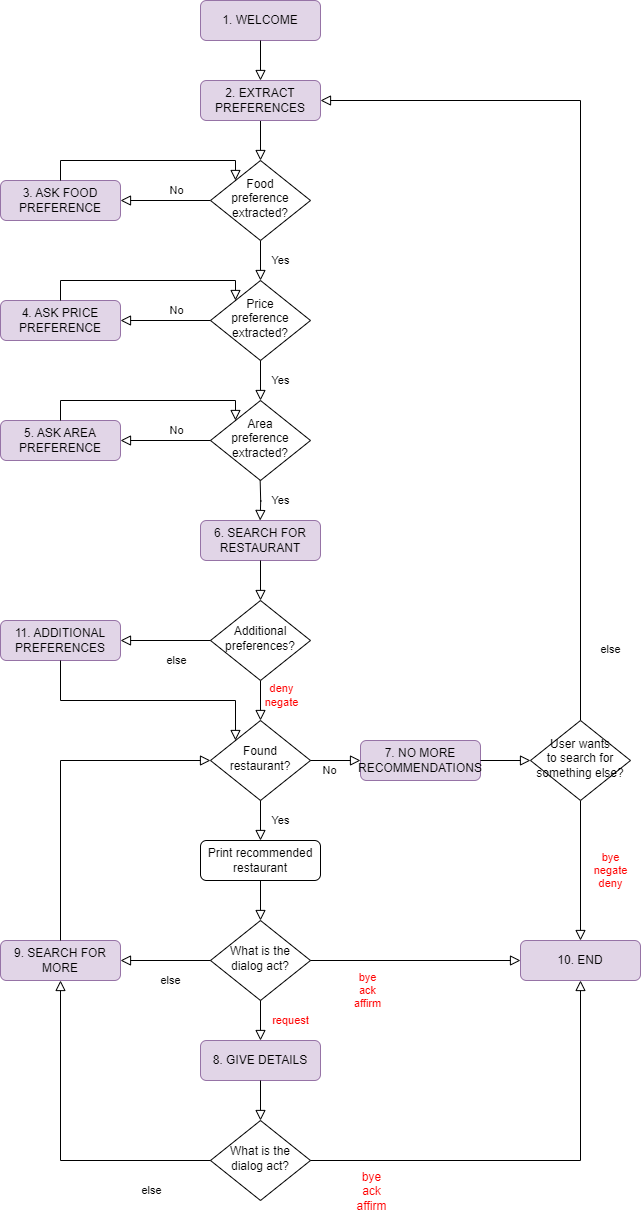
The draw.io diagram figures/Diagram-Part1C.png in alexia-nt/Restaurant-Recommendations-Dialog-System, before a commit. Source tidied: cells renumbered, new cells last; positions are measured from the earlier drawing's top-left corner, leaving out a move shared by most shapes.
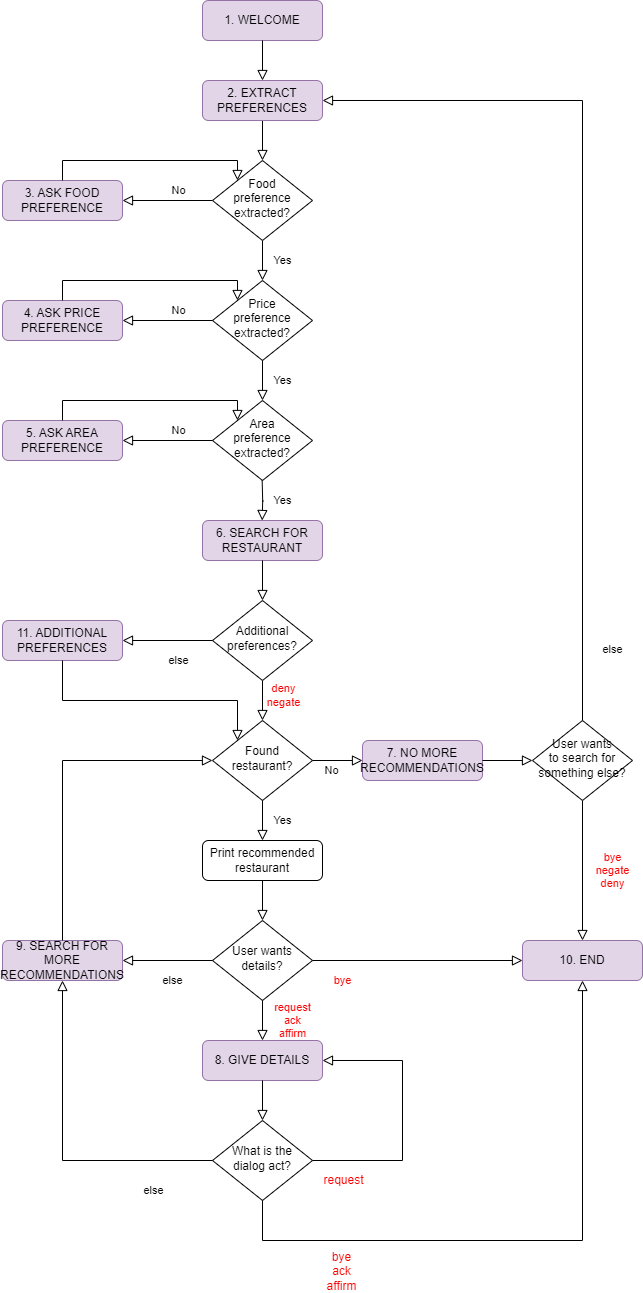
Later version of the same file.

Change to the diagram source:
```diff
@@ -110,13 +110,13 @@
     <mxCell id="30" value="8. GIVE DETAILS" style="rounded=1;whiteSpace=wrap;html=1;fontSize=12;glass=0;strokeWidth=1;shadow=0;fillColor=#e1d5e7;strokeColor=#9673a6;" parent="1" vertex="1">
       <mxGeometry x="200" y="1040" width="120" height="40" as="geometry" />
     </mxCell>
-    <mxCell id="31" value="&lt;span style=&quot;background-color: initial;&quot;&gt;What is the dialog act?&lt;/span&gt;" style="rhombus;whiteSpace=wrap;html=1;shadow=0;fontFamily=Helvetica;fontSize=12;align=center;strokeWidth=1;spacing=6;spacingTop=-4;" parent="1" vertex="1">
+    <mxCell id="31" value="User wants details?" style="rhombus;whiteSpace=wrap;html=1;shadow=0;fontFamily=Helvetica;fontSize=12;align=center;strokeWidth=1;spacing=6;spacingTop=-4;" parent="1" vertex="1">
       <mxGeometry x="210" y="920" width="100" height="80" as="geometry" />
     </mxCell>
-    <mxCell id="32" value="&lt;font color=&quot;#ff0000&quot;&gt;bye&lt;/font&gt;&lt;div&gt;&lt;font color=&quot;#ff0000&quot;&gt;ack&lt;/font&gt;&lt;/div&gt;&lt;div&gt;&lt;font color=&quot;#ff0000&quot;&gt;affirm&lt;/font&gt;&lt;/div&gt;" style="rounded=0;html=1;jettySize=auto;fontSize=11;endArrow=block;endFill=0;endSize=8;strokeWidth=1;shadow=0;labelBackgroundColor=none;edgeStyle=orthogonalEdgeStyle;exitX=1;exitY=0.5;exitDx=0;exitDy=0;entryX=0;entryY=0.5;entryDx=0;entryDy=0;" parent="1" edge="1" source="31" target="27">
-      <mxGeometry x="-0.45" y="-30" relative="1" as="geometry" />
+    <mxCell id="32" value="&lt;font color=&quot;#ff0000&quot;&gt;bye&lt;/font&gt;" style="rounded=0;html=1;jettySize=auto;fontSize=11;endArrow=block;endFill=0;endSize=8;strokeWidth=1;shadow=0;labelBackgroundColor=none;edgeStyle=orthogonalEdgeStyle;exitX=1;exitY=0.5;exitDx=0;exitDy=0;entryX=0;entryY=0.5;entryDx=0;entryDy=0;" parent="1" edge="1" source="31" target="27">
+      <mxGeometry x="-0.71" y="-20" relative="1" as="geometry" />
     </mxCell>
-    <mxCell id="33" value="9. SEARCH FOR MORE" style="rounded=1;whiteSpace=wrap;html=1;fontSize=12;glass=0;strokeWidth=1;shadow=0;fillColor=#e1d5e7;strokeColor=#9673a6;" parent="1" vertex="1">
+    <mxCell id="33" value="9. SEARCH FOR MORE RECOMMENDATIONS" style="rounded=1;whiteSpace=wrap;html=1;fontSize=12;glass=0;strokeWidth=1;shadow=0;fillColor=#e1d5e7;strokeColor=#9673a6;" parent="1" vertex="1">
       <mxGeometry y="940" width="120" height="40" as="geometry" />
     </mxCell>
     <mxCell id="34" value="else" style="edgeStyle=orthogonalEdgeStyle;rounded=0;html=1;jettySize=auto;fontSize=11;endArrow=block;endFill=0;endSize=8;strokeWidth=1;shadow=0;labelBackgroundColor=none;entryX=1;entryY=0.5;entryDx=0;entryDy=0;exitX=0;exitY=0.5;exitDx=0;exitDy=0;" parent="1" edge="1" source="31" target="33">
@@ -135,7 +135,7 @@
     <mxCell id="37" style="edgeStyle=orthogonalEdgeStyle;rounded=0;html=1;jettySize=auto;fontSize=11;endArrow=block;endFill=0;endSize=8;strokeWidth=1;shadow=0;labelBackgroundColor=none;entryX=0;entryY=0.5;entryDx=0;entryDy=0;exitX=1;exitY=0.5;exitDx=0;exitDy=0;" parent="1" edge="1" source="26" target="36">
       <mxGeometry x="-0.25" y="-10" relative="1" as="geometry" />
     </mxCell>
-    <mxCell id="38" value="&lt;font color=&quot;#ff0000&quot;&gt;request&lt;/font&gt;" style="edgeStyle=orthogonalEdgeStyle;rounded=0;html=1;jettySize=auto;fontSize=11;endArrow=block;endFill=0;endSize=8;strokeWidth=1;shadow=0;labelBackgroundColor=none;entryX=0.5;entryY=0;entryDx=0;entryDy=0;" parent="1" edge="1" source="31" target="30">
+    <mxCell id="38" value="&lt;font color=&quot;#ff0000&quot;&gt;request&lt;/font&gt;&lt;div&gt;&lt;div&gt;&lt;font color=&quot;#ff0000&quot;&gt;ack&lt;/font&gt;&lt;/div&gt;&lt;div&gt;&lt;font color=&quot;#ff0000&quot;&gt;affirm&lt;/font&gt;&lt;/div&gt;&lt;/div&gt;" style="edgeStyle=orthogonalEdgeStyle;rounded=0;html=1;jettySize=auto;fontSize=11;endArrow=block;endFill=0;endSize=8;strokeWidth=1;shadow=0;labelBackgroundColor=none;entryX=0.5;entryY=0;entryDx=0;entryDy=0;" parent="1" edge="1" source="31" target="30">
       <mxGeometry y="30" relative="1" as="geometry" />
     </mxCell>
     <mxCell id="39" value="&lt;span style=&quot;background-color: initial;&quot;&gt;What is the dialog act?&lt;/span&gt;" style="rhombus;whiteSpace=wrap;html=1;shadow=0;fontFamily=Helvetica;fontSize=12;align=center;strokeWidth=1;spacing=6;spacingTop=-4;" parent="1" vertex="1">
@@ -147,8 +147,13 @@
     <mxCell id="41" value="else" style="edgeStyle=orthogonalEdgeStyle;rounded=0;html=1;jettySize=auto;fontSize=11;endArrow=block;endFill=0;endSize=8;strokeWidth=1;shadow=0;labelBackgroundColor=none;entryX=0.5;entryY=1;entryDx=0;entryDy=0;exitX=0;exitY=0.5;exitDx=0;exitDy=0;" parent="1" edge="1" source="39" target="33">
       <mxGeometry x="-0.64" y="30" relative="1" as="geometry" />
     </mxCell>
-    <mxCell id="42" value="Yes" style="rounded=0;jettySize=auto;fontSize=11;endArrow=block;endFill=0;endSize=8;strokeWidth=1;shadow=0;labelBackgroundColor=none;edgeStyle=orthogonalEdgeStyle;exitX=1;exitY=0.5;exitDx=0;exitDy=0;entryX=0.5;entryY=1;entryDx=0;entryDy=0;html=1;fontColor=none;noLabel=1;textShadow=1;" parent="1" edge="1" source="39" target="27">
-      <mxGeometry y="20" relative="1" as="geometry" />
+    <mxCell id="42" value="Yes" style="rounded=0;jettySize=auto;fontSize=11;endArrow=block;endFill=0;endSize=8;strokeWidth=1;shadow=0;labelBackgroundColor=none;edgeStyle=orthogonalEdgeStyle;exitX=0.5;exitY=1;exitDx=0;exitDy=0;entryX=0.5;entryY=1;entryDx=0;entryDy=0;html=1;fontColor=none;noLabel=1;textShadow=1;" parent="1" edge="1" source="39" target="27">
+      <mxGeometry y="20" relative="1" as="geometry">
+        <Array as="points">
+          <mxPoint x="260" y="1240" />
+          <mxPoint x="580" y="1240" />
+        </Array>
+      </mxGeometry>
     </mxCell>
     <mxCell id="43" value="&lt;font color=&quot;#ff0000&quot;&gt;bye&lt;br&gt;ack&lt;/font&gt;&lt;div&gt;&lt;font color=&quot;#ff0000&quot;&gt;affirm&lt;/font&gt;&lt;/div&gt;" style="edgeLabel;html=1;align=center;verticalAlign=middle;fontSize=12;" parent="42" vertex="1">
       <mxGeometry x="-0.32" y="-5" relative="1" as="geometry">
@@ -189,5 +194,18 @@
         </Array>
       </mxGeometry>
     </mxCell>
+    <mxCell id="52" style="rounded=0;jettySize=auto;fontSize=11;endArrow=block;endFill=0;endSize=8;strokeWidth=1;shadow=0;labelBackgroundColor=none;edgeStyle=orthogonalEdgeStyle;exitX=1;exitY=0.5;exitDx=0;exitDy=0;entryX=1;entryY=0.5;entryDx=0;entryDy=0;html=1;fontColor=none;noLabel=1;textShadow=1;" parent="1" edge="1" source="39" target="30">
+      <mxGeometry y="20" relative="1" as="geometry">
+        <Array as="points">
+          <mxPoint x="400" y="1160" />
+          <mxPoint x="400" y="1060" />
+        </Array>
+      </mxGeometry>
+    </mxCell>
+    <mxCell id="53" value="&lt;font color=&quot;#ff0000&quot;&gt;request&lt;/font&gt;" style="edgeLabel;html=1;align=center;verticalAlign=middle;fontSize=12;" parent="52" vertex="1">
+      <mxGeometry x="-0.32" y="-5" relative="1" as="geometry">
+        <mxPoint x="-65" y="21" as="offset" />
+      </mxGeometry>
+    </mxCell>
   </root>
 </mxGraphModel>
```
